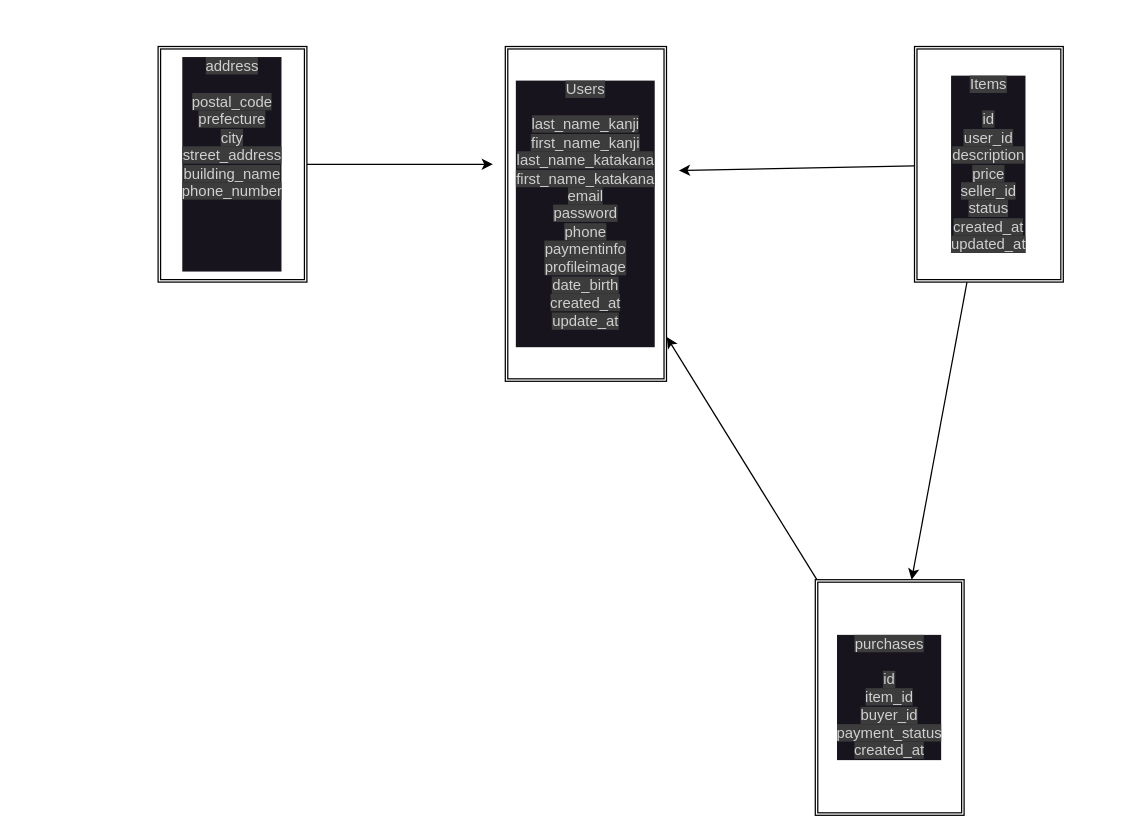
This is ER.dio from Ebisawa1016/furima-40312, a draw.io file, before an edit. Source tidied: cells renumbered, new cells numbered last; positions are measured from the earlier drawing's top-left corner, leaving out a move shared by most shapes. Both pictures are drawn from the tidied source at 124%, with x=0, y=0 at pixel (157, 46).
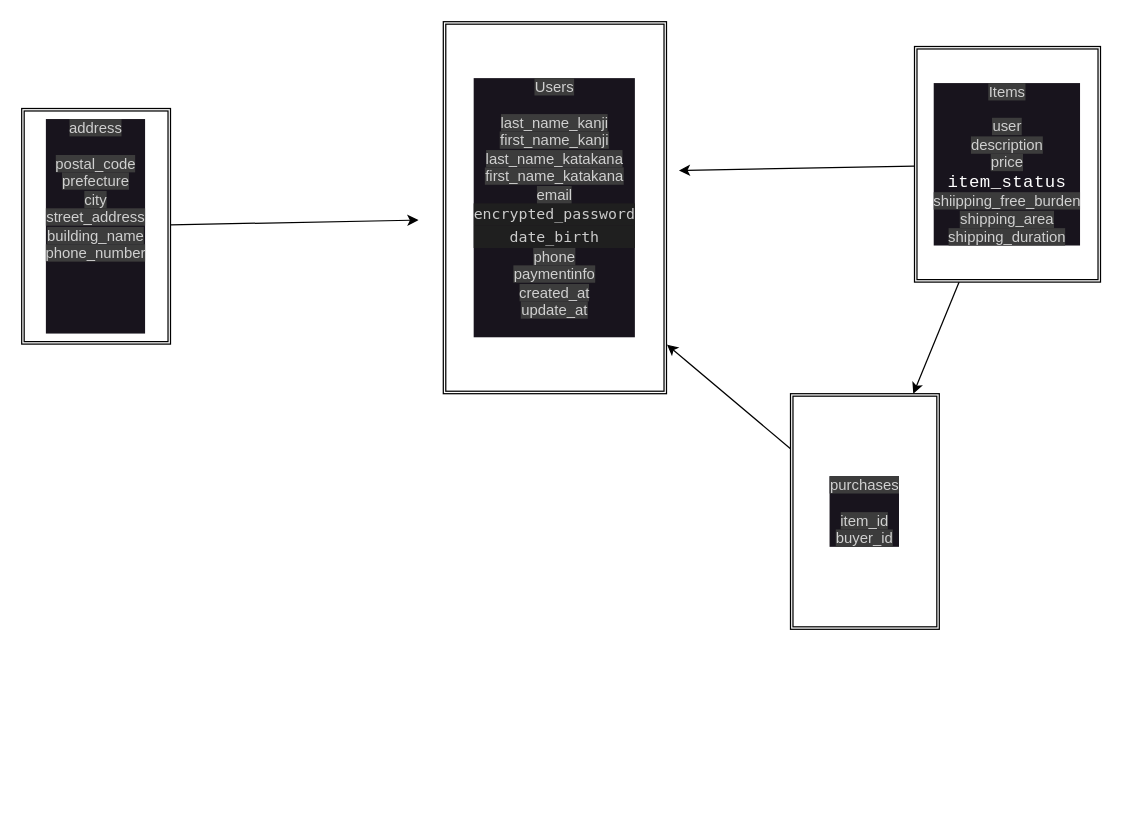
After the change.

Commit message (it also covers changes not shown here):
アイテムのテーブルのカラムを変更

Diff of the diagram source:
```diff
@@
 <mxGraphModel>
   <root>
     <mxCell id="0" />
     <mxCell id="1" parent="0" />
-    <mxCell id="2" value="&lt;font color=&quot;#d0d0d0&quot;&gt;&lt;span style=&quot;background-color: rgb(60, 60, 60);&quot;&gt;Users&lt;br&gt;&lt;br&gt;last_name_kanji&lt;br&gt;first_name_kanji&lt;br&gt;last_name_katakana&lt;br&gt;first_name_katakana&lt;br&gt;&lt;/span&gt;&lt;/font&gt;&lt;font color=&quot;#d0d0d0&quot;&gt;&lt;span style=&quot;background-color: rgb(60, 60, 60);&quot;&gt;email&lt;br&gt;password&lt;br&gt;phone&lt;br&gt;paymentinfo&lt;br&gt;profileimage&lt;br&gt;date_birth&lt;br&gt;created_at&lt;br&gt;update_at&lt;br&gt;&lt;br&gt;&lt;/span&gt;&lt;/font&gt;" style="shape=ext;double=1;rounded=0;whiteSpace=wrap;html=1;labelBackgroundColor=#18141D;" parent="1" vertex="1">
-      <mxGeometry x="280" width="130" height="270" as="geometry" />
+    <mxCell id="2" value="&lt;font color=&quot;#d0d0d0&quot;&gt;&lt;span style=&quot;background-color: rgb(60, 60, 60);&quot;&gt;Users&lt;br&gt;&lt;br&gt;last_name_kanji&lt;br&gt;first_name_kanji&lt;br&gt;last_name_katakana&lt;br&gt;first_name_katakana&lt;br&gt;&lt;/span&gt;&lt;/font&gt;&lt;font color=&quot;#d0d0d0&quot;&gt;&lt;span style=&quot;background-color: rgb(60, 60, 60);&quot;&gt;email&lt;br&gt;&lt;/span&gt;&lt;/font&gt;&lt;div style=&quot;color: rgb(204, 204, 204); background-color: rgb(31, 31, 31); font-family: Menlo, Monaco, &amp;quot;Courier New&amp;quot;, monospace; line-height: 18px;&quot;&gt;encrypted_password&lt;/div&gt;&lt;div style=&quot;color: rgb(204, 204, 204); background-color: rgb(31, 31, 31); font-family: Menlo, Monaco, &amp;quot;Courier New&amp;quot;, monospace; line-height: 18px;&quot;&gt;&lt;div style=&quot;line-height: 18px;&quot;&gt;date_birth &lt;/div&gt;&lt;/div&gt;&lt;font color=&quot;#d0d0d0&quot;&gt;&lt;span style=&quot;background-color: rgb(60, 60, 60);&quot;&gt;phone&lt;br&gt;paymentinfo&lt;br&gt;created_at&lt;br&gt;update_at&lt;br&gt;&lt;br&gt;&lt;/span&gt;&lt;/font&gt;" style="shape=ext;double=1;rounded=0;whiteSpace=wrap;html=1;labelBackgroundColor=#18141D;" parent="1" vertex="1">
+      <mxGeometry x="230" y="-20" width="180" height="300" as="geometry" />
     </mxCell>
     <mxCell id="3" style="edgeStyle=none;html=1;" parent="1" edge="1" source="5">
       <mxGeometry relative="1" as="geometry">
         <mxPoint x="420" y="100" as="targetPoint" />
       </mxGeometry>
     </mxCell>
     <mxCell id="4" style="edgeStyle=none;html=1;" parent="1" edge="1" source="5" target="9">
       <mxGeometry relative="1" as="geometry" />
     </mxCell>
-    <mxCell id="5" value="&lt;font color=&quot;#d0d0d0&quot;&gt;&lt;span style=&quot;background-color: rgb(60, 60, 60);&quot;&gt;Items&lt;br&gt;&lt;br&gt;id&lt;br&gt;user_id&lt;br&gt;description&lt;br&gt;price&lt;br&gt;seller_id&lt;br&gt;status&lt;br&gt;created_at&lt;br&gt;updated_at&lt;br&gt;&lt;/span&gt;&lt;/font&gt;" style="shape=ext;double=1;rounded=0;whiteSpace=wrap;html=1;labelBackgroundColor=#18141D;" parent="1" vertex="1">
-      <mxGeometry x="610" width="120" height="190" as="geometry" />
+    <mxCell id="5" value="&lt;font color=&quot;#d0d0d0&quot;&gt;&lt;span style=&quot;background-color: rgb(60, 60, 60);&quot;&gt;Items&lt;br&gt;&lt;br&gt;user&lt;br&gt;description&lt;br&gt;price&lt;br&gt;&lt;/span&gt;&lt;/font&gt;&lt;span style=&quot;font-family: monospace; font-size: 14px; letter-spacing: 0.32px; text-align: left;&quot;&gt;&lt;font color=&quot;#ffffff&quot;&gt;item_status&lt;br&gt;&lt;/font&gt;&lt;/span&gt;&lt;font color=&quot;#d0d0d0&quot;&gt;&lt;span style=&quot;background-color: rgb(60, 60, 60);&quot;&gt;shiipping_free_burden&lt;br&gt;shipping_area&lt;br&gt;shipping_duration&lt;br&gt;&lt;/span&gt;&lt;/font&gt;" style="shape=ext;double=1;rounded=0;whiteSpace=wrap;html=1;labelBackgroundColor=#18141D;" parent="1" vertex="1">
+      <mxGeometry x="610" width="150" height="190" as="geometry" />
     </mxCell>
     <mxCell id="6" style="edgeStyle=none;html=1;" parent="1" edge="1" source="7">
       <mxGeometry relative="1" as="geometry">
-        <mxPoint x="270" y="95" as="targetPoint" />
+        <mxPoint x="210" y="140" as="targetPoint" />
       </mxGeometry>
     </mxCell>
     <mxCell id="7" value="&lt;font color=&quot;#d0d0d0&quot;&gt;&lt;span style=&quot;background-color: rgb(60, 60, 60);&quot;&gt;address&lt;br&gt;&lt;br&gt;postal_code&lt;br&gt;prefecture&lt;br&gt;city&lt;br&gt;street_address&lt;br&gt;building_name&lt;br&gt;phone_number&lt;br&gt;&lt;br&gt;&lt;br&gt;&lt;br&gt;&lt;br&gt;&lt;/span&gt;&lt;/font&gt;" style="shape=ext;double=1;rounded=0;whiteSpace=wrap;html=1;labelBackgroundColor=#18141D;" parent="1" vertex="1">
-      <mxGeometry width="120" height="190" as="geometry" />
+      <mxGeometry x="-110" y="50" width="120" height="190" as="geometry" />
     </mxCell>
     <mxCell id="8" style="edgeStyle=none;html=1;entryX=1.002;entryY=0.868;entryDx=0;entryDy=0;entryPerimeter=0;" parent="1" edge="1" source="9" target="2">
       <mxGeometry relative="1" as="geometry" />
     </mxCell>
-    <mxCell id="9" value="&lt;font color=&quot;#d0d0d0&quot;&gt;&lt;span style=&quot;background-color: rgb(60, 60, 60);&quot;&gt;purchases&lt;br&gt;&lt;br&gt;id&lt;br&gt;item_id&lt;br&gt;buyer_id&lt;br&gt;payment_status&lt;br&gt;created_at&lt;br&gt;&lt;/span&gt;&lt;/font&gt;" style="shape=ext;double=1;rounded=0;whiteSpace=wrap;html=1;labelBackgroundColor=#18141D;" parent="1" vertex="1">
-      <mxGeometry x="530" y="430" width="120" height="190" as="geometry" />
+    <mxCell id="9" value="&lt;font color=&quot;#d0d0d0&quot;&gt;&lt;span style=&quot;background-color: rgb(60, 60, 60);&quot;&gt;purchases&lt;br&gt;&lt;br&gt;item_id&lt;br&gt;buyer_id&lt;br&gt;&lt;/span&gt;&lt;/font&gt;" style="shape=ext;double=1;rounded=0;whiteSpace=wrap;html=1;labelBackgroundColor=#18141D;" parent="1" vertex="1">
+      <mxGeometry x="510" y="280" width="120" height="190" as="geometry" />
     </mxCell>
   </root>
 </mxGraphModel>
```
